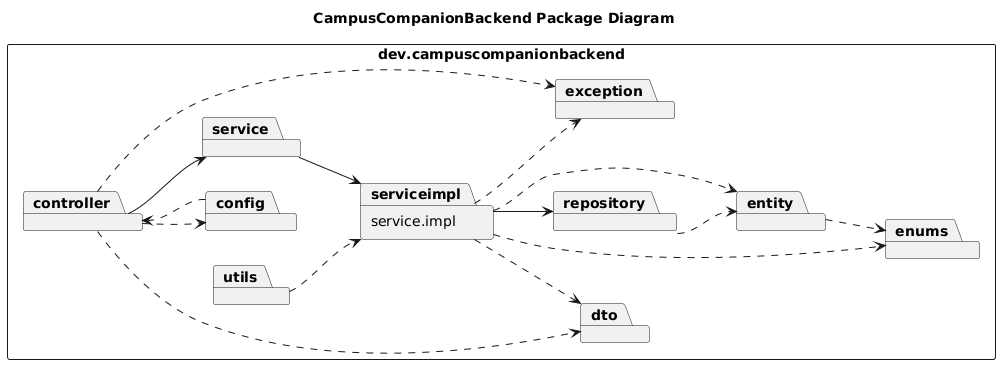
This is docs/SystemAnalysis/UML示例图(.uml生成的.png格式)/package-diagram.png from GYC-123456789/CampusActivity, a PlantUML export, as it was before one commit. Source of this version:
```plantuml
@startuml
title CampusCompanionBackend Package Diagram
left to right direction
skinparam shadowing false
skinparam packageStyle rectangle

package "dev.campuscompanionbackend" {
  package "controller" as controller
  package "service" as service
  package "service.impl" as serviceimpl
  package "repository" as repository
  package "entity" as entity
  package "dto" as dto
  package "enums" as enums
  package "config" as config
  package "exception" as exception
  package "utils" as utils
}

controller --> service
controller ..> dto
controller ..> exception
controller ..> config
service --> serviceimpl
serviceimpl --> repository
serviceimpl ..> dto
serviceimpl ..> entity
serviceimpl ..> enums
serviceimpl ..> exception
repository ..> entity
entity ..> enums
config ..> controller
utils ..> serviceimpl

@enduml
```
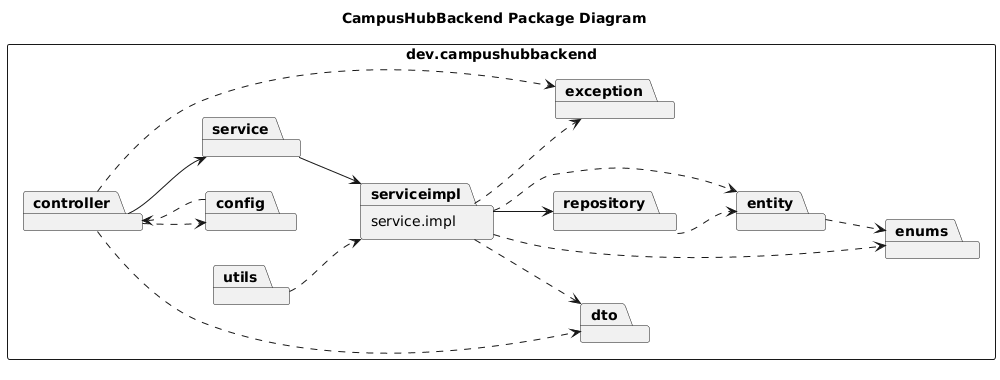
The same diagram one commit later.

Diff of the diagram source:
```diff
@@ -1,10 +1,10 @@
 @startuml
-title CampusCompanionBackend Package Diagram
+title CampusHubBackend Package Diagram
 left to right direction
 skinparam shadowing false
 skinparam packageStyle rectangle
 
-package "dev.campuscompanionbackend" {
+package "dev.campushubbackend" {
   package "controller" as controller
   package "service" as service
   package "service.impl" as serviceimpl
```
